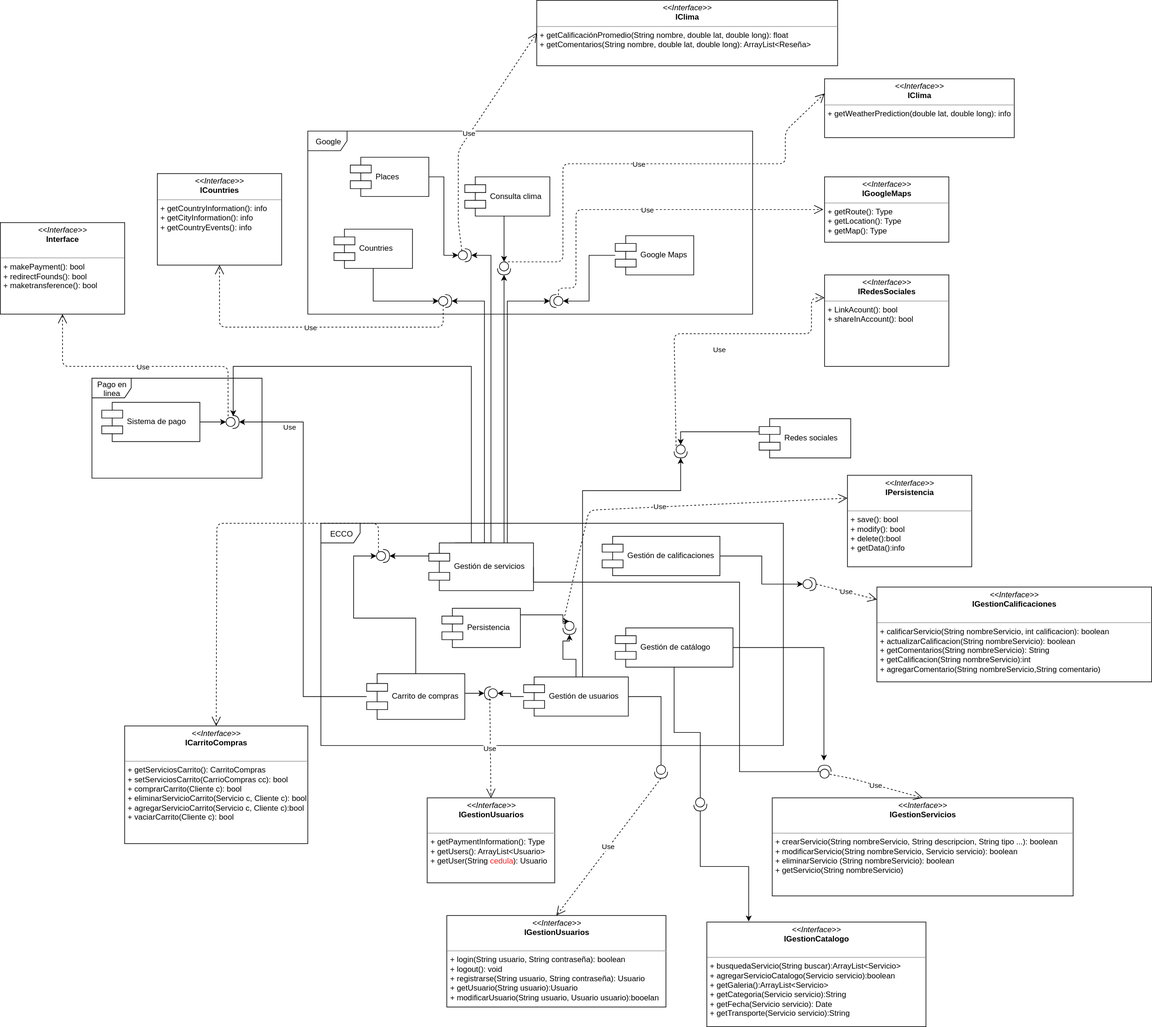
Above: Documentación/Diagrama de componentes.svg in webservices1930/ECCO (draw.io), before the change. Source tidied: cells renumbered, new cells last; positions are measured from the earlier drawing's top-left corner, leaving out a move shared by most shapes.
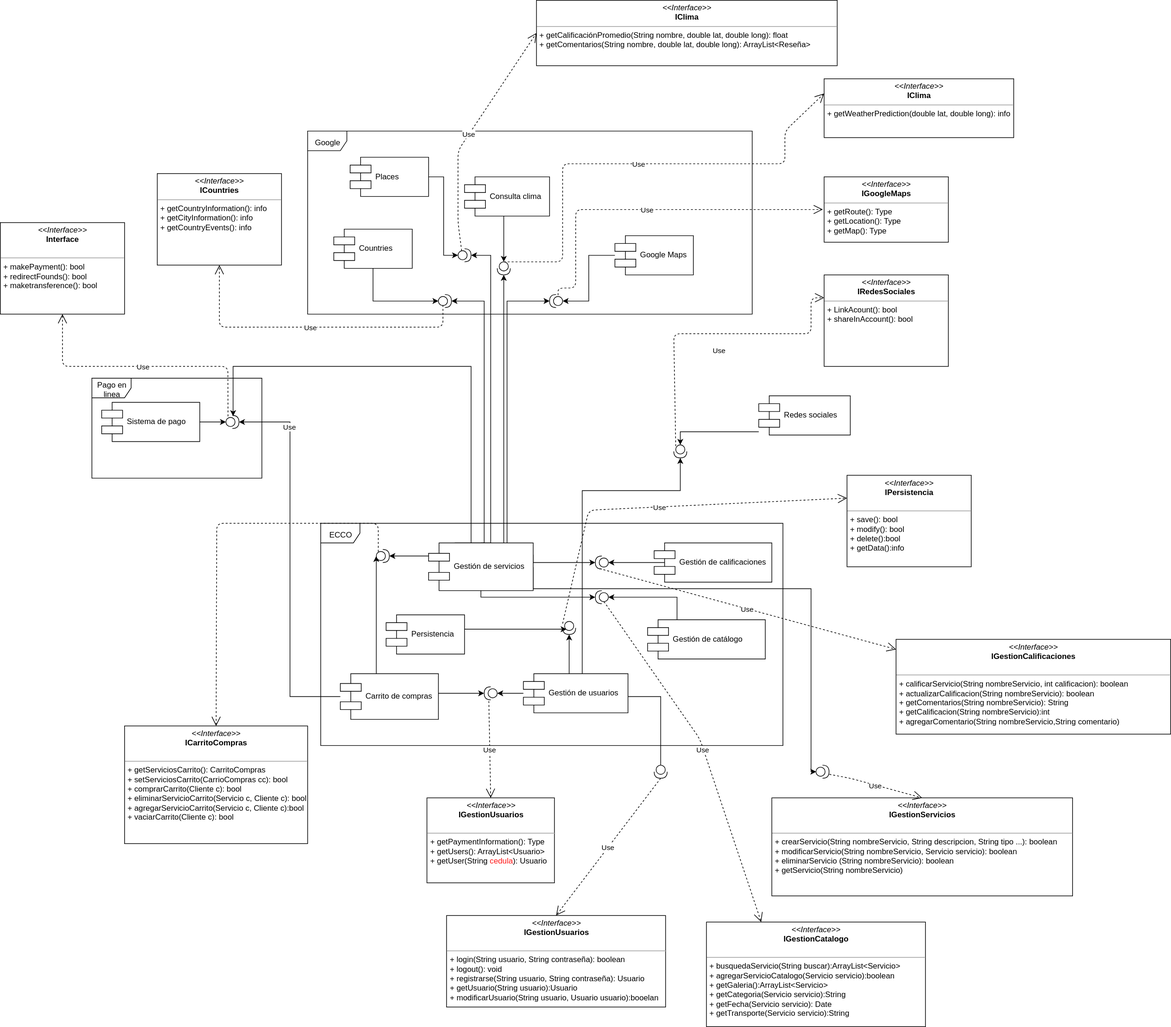
After the change.

Commit message:
Versión 3 diagrama de componentes

Diff of the diagram source:
```diff
@@ -46,6 +46,29 @@
         </Array>
       </mxGeometry>
     </mxCell>
+    <mxCell id="80" style="edgeStyle=orthogonalEdgeStyle;rounded=0;jettySize=auto;html=1;exitX=1;exitY=0.25;exitDx=0;exitDy=0;entryX=1;entryY=0.5;entryDx=0;entryDy=0;entryPerimeter=0;" parent="1" edge="1" source="9" target="87">
+      <mxGeometry relative="1" as="geometry">
+        <Array as="points">
+          <mxPoint x="815" y="860" />
+        </Array>
+      </mxGeometry>
+    </mxCell>
+    <mxCell id="81" style="edgeStyle=orthogonalEdgeStyle;rounded=0;jettySize=auto;html=1;exitX=0.5;exitY=1;exitDx=0;exitDy=0;entryX=1;entryY=0.5;entryDx=0;entryDy=0;entryPerimeter=0;" parent="1" edge="1" source="9" target="86">
+      <mxGeometry relative="1" as="geometry">
+        <Array as="points">
+          <mxPoint x="735" y="913" />
+        </Array>
+      </mxGeometry>
+    </mxCell>
+    <mxCell id="82" style="edgeStyle=orthogonalEdgeStyle;rounded=0;jettySize=auto;html=1;exitX=1;exitY=0.5;exitDx=0;exitDy=0;entryX=0;entryY=0.5;entryDx=0;entryDy=0;entryPerimeter=0;" parent="1" edge="1" source="9" target="88">
+      <mxGeometry relative="1" as="geometry">
+        <Array as="points">
+          <mxPoint x="815" y="900" />
+          <mxPoint x="1240" y="900" />
+          <mxPoint x="1240" y="1180" />
+        </Array>
+      </mxGeometry>
+    </mxCell>
     <mxCell id="9" value="Gestión de servicios" style="shape=component;align=left;spacingLeft=36;" parent="1" vertex="1">
       <mxGeometry x="655" y="830" width="160" height="73" as="geometry" />
     </mxCell>
@@ -72,9 +95,8 @@
     <mxCell id="15" style="edgeStyle=orthogonalEdgeStyle;rounded=0;jettySize=auto;html=1;entryX=1;entryY=0.5;entryDx=0;entryDy=0;entryPerimeter=0;" parent="1" edge="1" source="17" target="44">
       <mxGeometry relative="1" as="geometry">
         <Array as="points">
-          <mxPoint x="880" y="1008" />
-          <mxPoint x="860" y="1008" />
-          <mxPoint x="860" y="980" />
+          <mxPoint x="870" y="1000" />
+          <mxPoint x="870" y="1000" />
         </Array>
       </mxGeometry>
     </mxCell>
@@ -87,13 +109,18 @@
       </mxGeometry>
     </mxCell>
     <mxCell id="17" value="Gestión de usuarios" style="shape=component;align=left;spacingLeft=36;horizontal=1;" parent="1" vertex="1">
-      <mxGeometry x="800" y="1035" width="160" height="60" as="geometry" />
+      <mxGeometry x="800" y="1030" width="160" height="60" as="geometry" />
     </mxCell>
     <mxCell id="18" style="edgeStyle=orthogonalEdgeStyle;rounded=0;jettySize=auto;html=1;entryX=1;entryY=0.5;entryDx=0;entryDy=0;entryPerimeter=0;" parent="1" edge="1" source="21" target="34">
       <mxGeometry relative="1" as="geometry" />
     </mxCell>
     <mxCell id="19" style="edgeStyle=orthogonalEdgeStyle;rounded=0;jettySize=auto;html=1;entryX=0;entryY=0.5;entryDx=0;entryDy=0;entryPerimeter=0;" parent="1" edge="1" source="21" target="37">
-      <mxGeometry relative="1" as="geometry" />
+      <mxGeometry relative="1" as="geometry">
+        <Array as="points">
+          <mxPoint x="575" y="990" />
+          <mxPoint x="575" y="990" />
+        </Array>
+      </mxGeometry>
     </mxCell>
     <mxCell id="20" style="edgeStyle=orthogonalEdgeStyle;rounded=0;jettySize=auto;html=1;entryX=1;entryY=0.5;entryDx=0;entryDy=0;entryPerimeter=0;" parent="1" edge="1" source="21" target="35">
       <mxGeometry relative="1" as="geometry">
@@ -104,17 +131,8 @@
       </mxGeometry>
     </mxCell>
     <mxCell id="21" value="Carrito de compras" style="shape=component;align=left;spacingLeft=36;" parent="1" vertex="1">
-      <mxGeometry x="560" y="1030" width="150" height="70" as="geometry" />
+      <mxGeometry x="520" y="1030" width="150" height="70" as="geometry" />
     </mxCell>
-    <mxCell id="22" style="edgeStyle=orthogonalEdgeStyle;rounded=0;jettySize=auto;html=1;entryX=0;entryY=0.5;entryDx=0;entryDy=0;entryPerimeter=0;exitX=1;exitY=0.5;exitDx=0;exitDy=0;" parent="1" edge="1" source="9" target="38">
-      <mxGeometry relative="1" as="geometry">
-        <Array as="points">
-          <mxPoint x="815" y="890" />
-          <mxPoint x="1130" y="890" />
-          <mxPoint x="1130" y="1180" />
-        </Array>
-      </mxGeometry>
-    </mxCell>
     <mxCell id="23" style="edgeStyle=orthogonalEdgeStyle;rounded=0;jettySize=auto;html=1;entryX=0;entryY=0.5;entryDx=0;entryDy=0;entryPerimeter=0;" parent="1" edge="1" source="24" target="31">
       <mxGeometry relative="1" as="geometry">
         <Array as="points">
@@ -134,7 +152,7 @@
       </mxGeometry>
     </mxCell>
     <mxCell id="26" value="Redes sociales " style="shape=component;align=left;spacingLeft=36;" parent="1" vertex="1">
-      <mxGeometry x="1160" y="640" width="140" height="60" as="geometry" />
+      <mxGeometry x="1160" y="605" width="140" height="60" as="geometry" />
     </mxCell>
     <mxCell id="27" value="Google" style="shape=umlFrame;whiteSpace=wrap;html=1;" parent="1" vertex="1">
       <mxGeometry x="470" y="200" width="680" height="280" as="geometry" />
@@ -169,9 +187,6 @@
     <mxCell id="37" style="shape=providedRequiredInterface;html=1;verticalLabelPosition=bottom;" parent="1" vertex="1">
       <mxGeometry x="575" y="840" width="20" height="20" as="geometry" />
     </mxCell>
-    <mxCell id="38" style="shape=providedRequiredInterface;html=1;verticalLabelPosition=bottom;rotation=-90;" parent="1" vertex="1">
-      <mxGeometry x="1250" y="1170" width="20" height="20" as="geometry" />
-    </mxCell>
     <mxCell id="39" style="shape=providedRequiredInterface;html=1;verticalLabelPosition=bottom;rotation=90;" parent="1" vertex="1">
       <mxGeometry x="1000" y="1170" width="20" height="20" as="geometry" />
     </mxCell>
@@ -188,16 +203,15 @@
         <mxPoint y="-1" as="offset" />
       </mxGeometry>
     </mxCell>
-    <mxCell id="42" style="edgeStyle=orthogonalEdgeStyle;rounded=0;jettySize=auto;html=1;entryX=0;entryY=0.5;entryDx=0;entryDy=0;entryPerimeter=0;" parent="1" edge="1" source="43" target="44">
+    <mxCell id="42" style="edgeStyle=orthogonalEdgeStyle;rounded=0;jettySize=auto;html=1;entryX=0.577;entryY=0.723;entryDx=0;entryDy=0;entryPerimeter=0;" parent="1" edge="1" source="43" target="44">
       <mxGeometry relative="1" as="geometry">
         <Array as="points">
-          <mxPoint x="860" y="940" />
-          <mxPoint x="860" y="950" />
+          <mxPoint x="850" y="962" />
         </Array>
       </mxGeometry>
     </mxCell>
     <mxCell id="43" value="Persistencia" style="shape=component;align=left;spacingLeft=36;" parent="1" vertex="1">
-      <mxGeometry x="675" y="930" width="120" height="60" as="geometry" />
+      <mxGeometry x="590" y="940" width="120" height="60" as="geometry" />
     </mxCell>
     <mxCell id="44" style="shape=providedRequiredInterface;html=1;verticalLabelPosition=bottom;rotation=90;" parent="1" vertex="1">
       <mxGeometry x="860" y="950" width="20" height="20" as="geometry" />
@@ -269,7 +283,7 @@
     <mxCell id="56" value="&lt;p style=&quot;margin: 0px ; margin-top: 4px ; text-align: center&quot;&gt;&lt;i&gt;&amp;lt;&amp;lt;Interface&amp;gt;&amp;gt;&lt;/i&gt;&lt;br&gt;&lt;b&gt;IGestionUsuarios&lt;/b&gt;&lt;/p&gt;&lt;br&gt;&lt;hr size=&quot;1&quot;&gt;&lt;p style=&quot;margin: 0px ; margin-left: 4px&quot;&gt;+ getPaymentInformation(): Type&lt;/p&gt;&lt;p style=&quot;margin: 0px ; margin-left: 4px&quot;&gt;+ getUsers(): ArrayList&amp;lt;Usuario&amp;gt;&lt;/p&gt;&lt;p style=&quot;margin: 0px ; margin-left: 4px&quot;&gt;+ getUser(String &lt;font color=&quot;#ff1717&quot;&gt;cedula&lt;/font&gt;): Usuario&lt;br&gt;&lt;br&gt;&lt;/p&gt;" style="verticalAlign=top;align=left;overflow=fill;fontSize=12;fontFamily=Helvetica;html=1;" parent="1" vertex="1">
       <mxGeometry x="652.5" y="1220" width="195" height="130" as="geometry" />
     </mxCell>
-    <mxCell id="57" value="Use" style="endArrow=open;endSize=12;dashed=1;html=1;entryX=0.5;entryY=0;entryDx=0;entryDy=0;exitX=0.588;exitY=0.094;exitDx=0;exitDy=0;exitPerimeter=0;" parent="1" edge="1" source="35" target="56">
+    <mxCell id="57" value="Use" style="endArrow=open;endSize=12;dashed=1;html=1;entryX=0.5;entryY=0;entryDx=0;entryDy=0;exitX=0.643;exitY=-0.097;exitDx=0;exitDy=0;exitPerimeter=0;" parent="1" edge="1" source="35" target="56">
       <mxGeometry relative="1" as="geometry" />
     </mxCell>
     <mxCell id="58" value="Use" style="endArrow=open;endSize=12;dashed=1;html=1;exitX=0.171;exitY=1;exitDx=0;exitDy=0;exitPerimeter=0;entryX=0;entryY=0.25;entryDx=0;entryDy=0;" parent="1" edge="1" source="44" target="59">
@@ -291,8 +305,9 @@
     <mxCell id="62" value="&lt;p style=&quot;margin: 0px ; margin-top: 4px ; text-align: center&quot;&gt;&lt;i&gt;&amp;lt;&amp;lt;Interface&amp;gt;&amp;gt;&lt;/i&gt;&lt;br&gt;&lt;b&gt;IGestionServicios&lt;/b&gt;&lt;/p&gt;&lt;br&gt;&lt;hr size=&quot;1&quot;&gt;&lt;p style=&quot;margin: 0px ; margin-left: 4px&quot;&gt;+ crearServicio(String nombreServicio, String descripcion, String tipo ...): boolean&lt;/p&gt;&lt;p style=&quot;margin: 0px ; margin-left: 4px&quot;&gt;+ modificarServicio(String nombreServicio, Servicio servicio): boolean&lt;/p&gt;&lt;p style=&quot;margin: 0px ; margin-left: 4px&quot;&gt;+ eliminarServicio (String nombreServicio): boolean&lt;/p&gt;&lt;p style=&quot;margin: 0px ; margin-left: 4px&quot;&gt;+ getServicio(String nombreServicio)&lt;/p&gt;&lt;p style=&quot;margin: 0px ; margin-left: 4px&quot;&gt;&lt;br&gt;&lt;/p&gt;&lt;p style=&quot;margin: 0px ; margin-left: 4px&quot;&gt;&lt;br&gt;&lt;/p&gt;&lt;p style=&quot;margin: 0px ; margin-left: 4px&quot;&gt;&lt;br&gt;&lt;/p&gt;" style="verticalAlign=top;align=left;overflow=fill;fontSize=12;fontFamily=Helvetica;html=1;" parent="1" vertex="1">
       <mxGeometry x="1180" y="1220" width="460" height="150" as="geometry" />
     </mxCell>
-    <mxCell id="63" value="Use" style="endArrow=open;endSize=12;dashed=1;html=1;entryX=0.5;entryY=0;entryDx=0;entryDy=0;exitX=0.3;exitY=0.9;exitDx=0;exitDy=0;exitPerimeter=0;" parent="1" edge="1" source="38" target="62">
+    <mxCell id="63" value="Use" style="endArrow=open;endSize=12;dashed=1;html=1;entryX=0.5;entryY=0;entryDx=0;entryDy=0;exitX=0.3;exitY=0.9;exitDx=0;exitDy=0;exitPerimeter=0;" parent="1" edge="1" target="62">
       <mxGeometry relative="1" as="geometry">
+        <mxPoint x="1268" y="1184" as="sourcePoint" />
         <Array as="points">
           <mxPoint x="1300" y="1190" />
         </Array>
@@ -318,40 +333,50 @@
     <mxCell id="68" value="&lt;p style=&quot;margin: 0px ; margin-top: 4px ; text-align: center&quot;&gt;&lt;i&gt;&amp;lt;&amp;lt;Interface&amp;gt;&amp;gt;&lt;/i&gt;&lt;br&gt;&lt;b&gt;IClima&lt;/b&gt;&lt;/p&gt;&lt;hr size=&quot;1&quot;&gt;&lt;p style=&quot;margin: 0px ; margin-left: 4px&quot;&gt;+ getCalificaciónPromedio(String nombre, double lat, double long): float&lt;/p&gt;&lt;p style=&quot;margin: 0px ; margin-left: 4px&quot;&gt;+ getComentarios(String nombre, double lat, double long): ArrayList&amp;lt;Reseña&amp;gt;&lt;br&gt;&lt;br&gt;&lt;/p&gt;&lt;p style=&quot;margin: 0px ; margin-left: 4px&quot;&gt;&lt;br&gt;&lt;/p&gt;" style="verticalAlign=top;align=left;overflow=fill;fontSize=12;fontFamily=Helvetica;html=1;" parent="1" vertex="1">
       <mxGeometry x="820" width="460" height="100" as="geometry" />
     </mxCell>
-    <mxCell id="69" style="edgeStyle=orthogonalEdgeStyle;rounded=0;jettySize=auto;html=1;entryX=0;entryY=0.5;entryDx=0;entryDy=0;entryPerimeter=0;" parent="1" edge="1" source="70" target="71">
-      <mxGeometry relative="1" as="geometry" />
-    </mxCell>
+    <mxCell id="83" style="edgeStyle=orthogonalEdgeStyle;rounded=0;jettySize=auto;html=1;exitX=0.5;exitY=0;exitDx=0;exitDy=0;" parent="1" edge="1" source="70" target="87">
+      <mxGeometry relative="1" as="geometry">
+        <Array as="points">
+          <mxPoint x="1090" y="860" />
+        </Array>
+      </mxGeometry>
+    </mxCell>
     <mxCell id="70" value="Gestión de calificaciones" style="shape=component;align=left;spacingLeft=36;" parent="1" vertex="1">
-      <mxGeometry x="920" y="820" width="180" height="60" as="geometry" />
+      <mxGeometry x="1000" y="830" width="180" height="60" as="geometry" />
     </mxCell>
-    <mxCell id="71" style="shape=providedRequiredInterface;html=1;verticalLabelPosition=bottom;" parent="1" vertex="1">
-      <mxGeometry x="1227" y="883" width="20" height="20" as="geometry" />
-    </mxCell>
     <mxCell id="72" value="&lt;p style=&quot;margin: 0px ; margin-top: 4px ; text-align: center&quot;&gt;&lt;i&gt;&amp;lt;&amp;lt;Interface&amp;gt;&amp;gt;&lt;/i&gt;&lt;br&gt;&lt;b&gt;IGestionCalificaciones&lt;/b&gt;&lt;/p&gt;&lt;br&gt;&lt;hr size=&quot;1&quot;&gt;&lt;p style=&quot;margin: 0px ; margin-left: 4px&quot;&gt;+ calificarServicio(String nombreServicio, int calificacion): boolean&lt;/p&gt;&lt;p style=&quot;margin: 0px 0px 0px 4px&quot;&gt;+ actualizarCalificacion(String nombreServicio&lt;span&gt;): boolean&lt;/span&gt;&lt;/p&gt;&lt;p style=&quot;margin: 0px 0px 0px 4px&quot;&gt;+ getComentarios(String nombreServicio): String&lt;/p&gt;&lt;p style=&quot;margin: 0px 0px 0px 4px&quot;&gt;+ getCalificacion(String nombreServicio):int&lt;/p&gt;&lt;p style=&quot;margin: 0px 0px 0px 4px&quot;&gt;+ agregarComentario(String nombreServicio,String comentario)&lt;/p&gt;&lt;p style=&quot;margin: 0px 0px 0px 4px&quot;&gt;&lt;br&gt;&lt;/p&gt;&lt;p style=&quot;margin: 0px 0px 0px 4px&quot;&gt;&lt;br&gt;&lt;/p&gt;&lt;p style=&quot;margin: 0px ; margin-left: 4px&quot;&gt;&lt;br&gt;&lt;/p&gt;&lt;p style=&quot;margin: 0px ; margin-left: 4px&quot;&gt;&lt;br&gt;&lt;/p&gt;" style="verticalAlign=top;align=left;overflow=fill;fontSize=12;fontFamily=Helvetica;html=1;" parent="1" vertex="1">
-      <mxGeometry x="1340" y="897.5" width="420" height="145" as="geometry" />
+      <mxGeometry x="1370" y="977.5" width="420" height="145" as="geometry" />
     </mxCell>
-    <mxCell id="73" value="Use" style="endArrow=open;endSize=12;dashed=1;html=1;exitX=1;exitY=0.5;exitDx=0;exitDy=0;exitPerimeter=0;" parent="1" edge="1" source="71" target="72">
+    <mxCell id="73" value="Use" style="endArrow=open;endSize=12;dashed=1;html=1;exitX=0.668;exitY=0.032;exitDx=0;exitDy=0;exitPerimeter=0;" parent="1" edge="1" source="87" target="72">
       <mxGeometry relative="1" as="geometry" />
     </mxCell>
-    <mxCell id="74" style="edgeStyle=orthogonalEdgeStyle;rounded=0;jettySize=auto;html=1;entryX=1;entryY=0.5;entryDx=0;entryDy=0;entryPerimeter=0;" parent="1" edge="1" source="76">
-      <mxGeometry relative="1" as="geometry">
-        <mxPoint x="1259" y="1163" as="targetPoint" />
-      </mxGeometry>
-    </mxCell>
-    <mxCell id="75" style="edgeStyle=orthogonalEdgeStyle;rounded=0;jettySize=auto;html=1;entryX=0.6;entryY=0.5;entryDx=0;entryDy=0;entryPerimeter=0;" parent="1" edge="1" source="76" target="78">
-      <mxGeometry relative="1" as="geometry" />
-    </mxCell>
+    <mxCell id="84" style="edgeStyle=orthogonalEdgeStyle;rounded=0;jettySize=auto;html=1;exitX=0.25;exitY=0;exitDx=0;exitDy=0;entryX=0;entryY=0.5;entryDx=0;entryDy=0;entryPerimeter=0;" parent="1" edge="1" source="76" target="86">
+      <mxGeometry relative="1" as="geometry">
+        <Array as="points">
+          <mxPoint x="1035" y="913" />
+        </Array>
+      </mxGeometry>
+    </mxCell>
     <mxCell id="76" value="Gestión de catálogo" style="shape=component;align=left;spacingLeft=36;" parent="1" vertex="1">
-      <mxGeometry x="940" y="960" width="180" height="60" as="geometry" />
+      <mxGeometry x="990" y="947.5" width="180" height="60" as="geometry" />
     </mxCell>
-    <mxCell id="77" style="edgeStyle=orthogonalEdgeStyle;rounded=0;jettySize=auto;html=1;entryX=0.19;entryY=-0.007;entryDx=0;entryDy=0;entryPerimeter=0;" parent="1" edge="1" source="78" target="79">
-      <mxGeometry relative="1" as="geometry" />
-    </mxCell>
-    <mxCell id="78" style="shape=providedRequiredInterface;html=1;verticalLabelPosition=bottom;rotation=85;" parent="1" vertex="1">
-      <mxGeometry x="1060" y="1220" width="20" height="20" as="geometry" />
-    </mxCell>
     <mxCell id="79" value="&lt;p style=&quot;margin: 0px ; margin-top: 4px ; text-align: center&quot;&gt;&lt;i&gt;&amp;lt;&amp;lt;Interface&amp;gt;&amp;gt;&lt;/i&gt;&lt;br&gt;&lt;b&gt;IGestionCatalogo&lt;/b&gt;&lt;/p&gt;&lt;br&gt;&lt;hr size=&quot;1&quot;&gt;&lt;p style=&quot;margin: 0px ; margin-left: 4px&quot;&gt;+ busquedaServicio(String buscar):ArrayList&amp;lt;Servicio&amp;gt;&lt;/p&gt;&lt;p style=&quot;margin: 0px ; margin-left: 4px&quot;&gt;+ agregarServicioCatalogo(Servicio servicio):boolean&lt;/p&gt;&lt;p style=&quot;margin: 0px ; margin-left: 4px&quot;&gt;+ getGaleria():ArrayList&amp;lt;Servicio&amp;gt;&lt;/p&gt;&lt;p style=&quot;margin: 0px ; margin-left: 4px&quot;&gt;+ getCategoria(Servicio servicio):String&lt;/p&gt;&lt;p style=&quot;margin: 0px ; margin-left: 4px&quot;&gt;+ getFecha(Servicio servicio): Date&lt;/p&gt;&lt;p style=&quot;margin: 0px ; margin-left: 4px&quot;&gt;+ getTransporte(Servicio servicio):String&amp;nbsp;&lt;/p&gt;&lt;p style=&quot;margin: 0px ; margin-left: 4px&quot;&gt;&lt;br&gt;&lt;/p&gt;&lt;p style=&quot;margin: 0px ; margin-left: 4px&quot;&gt;&lt;span&gt;&lt;br&gt;&lt;/span&gt;&lt;/p&gt;&lt;p style=&quot;margin: 0px ; margin-left: 4px&quot;&gt;&lt;br&gt;&lt;/p&gt;" style="verticalAlign=top;align=left;overflow=fill;fontSize=12;fontFamily=Helvetica;html=1;" parent="1" vertex="1">
       <mxGeometry x="1080" y="1410" width="335" height="160" as="geometry" />
     </mxCell>
+    <mxCell id="85" value="Use" style="endArrow=open;endSize=12;dashed=1;html=1;entryX=0.25;entryY=0;entryDx=0;entryDy=0;exitX=0.511;exitY=0.408;exitDx=0;exitDy=0;exitPerimeter=0;" parent="1" edge="1" source="86" target="79">
+      <mxGeometry relative="1" as="geometry">
+        <Array as="points">
+          <mxPoint x="1070" y="1130" />
+        </Array>
+      </mxGeometry>
+    </mxCell>
+    <mxCell id="86" style="shape=providedRequiredInterface;html=1;verticalLabelPosition=bottom;rotation=180;" parent="1" vertex="1">
+      <mxGeometry x="910" y="903" width="20" height="20" as="geometry" />
+    </mxCell>
+    <mxCell id="87" style="shape=providedRequiredInterface;html=1;verticalLabelPosition=bottom;rotation=-180;" parent="1" vertex="1">
+      <mxGeometry x="910" y="850" width="20" height="20" as="geometry" />
+    </mxCell>
+    <mxCell id="88" style="shape=providedRequiredInterface;html=1;verticalLabelPosition=bottom;rotation=0;" parent="1" vertex="1">
+      <mxGeometry x="1247.5" y="1170" width="20" height="20" as="geometry" />
+    </mxCell>
   </root>
 </mxGraphModel>
```
